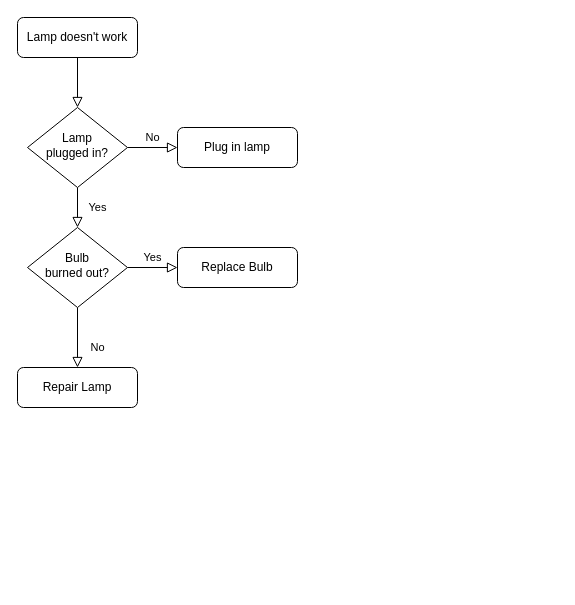
Above: Untitled Diagram.drawio in bioopenner/Bio-Umbrella (draw.io), before the change. Source tidied: cells renumbered, new cells numbered last; positions are measured from the earlier drawing's top-left corner, leaving out a move shared by most shapes. Both pictures are drawn from the tidied source at 100%, with x=0, y=0 at pixel (17, 17).
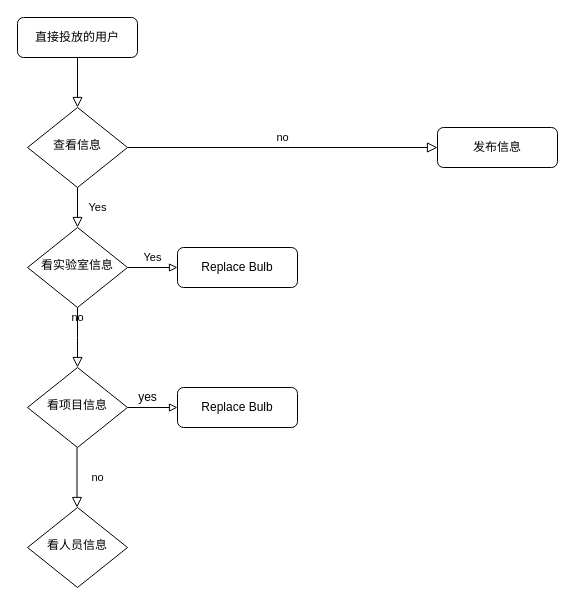
Above is the later version.

Change to the diagram source:
```diff
@@
 <mxGraphModel>
   <root>
     <mxCell id="0" />
     <mxCell id="1" parent="0" />
     <mxCell id="2" style="rounded=0;html=1;jettySize=auto;fontSize=11;endArrow=block;endFill=0;endSize=8;strokeWidth=1;shadow=0;labelBackgroundColor=none;edgeStyle=orthogonalEdgeStyle;" parent="1" edge="1" source="3" target="6">
       <mxGeometry relative="1" as="geometry" />
     </mxCell>
-    <mxCell id="3" value="Lamp doesn't work" style="rounded=1;whiteSpace=wrap;html=1;fontSize=12;glass=0;strokeWidth=1;shadow=0;" parent="1" vertex="1">
+    <mxCell id="3" value="直接投放的用户" style="rounded=1;whiteSpace=wrap;html=1;fontSize=12;glass=0;strokeWidth=1;shadow=0;" parent="1" vertex="1">
       <mxGeometry width="120" height="40" as="geometry" />
     </mxCell>
     <mxCell id="4" value="Yes" style="rounded=0;html=1;jettySize=auto;fontSize=11;endArrow=block;endFill=0;endSize=8;strokeWidth=1;shadow=0;labelBackgroundColor=none;edgeStyle=orthogonalEdgeStyle;" parent="1" edge="1" source="6" target="10">
       <mxGeometry y="20" relative="1" as="geometry" />
     </mxCell>
-    <mxCell id="5" value="No" style="edgeStyle=orthogonalEdgeStyle;rounded=0;html=1;jettySize=auto;fontSize=11;endArrow=block;endFill=0;endSize=8;strokeWidth=1;shadow=0;labelBackgroundColor=none;" parent="1" edge="1" source="6" target="7">
+    <mxCell id="5" value="no" style="edgeStyle=orthogonalEdgeStyle;rounded=0;html=1;jettySize=auto;fontSize=11;endArrow=block;endFill=0;endSize=8;strokeWidth=1;shadow=0;labelBackgroundColor=none;" parent="1" edge="1" source="6" target="7">
       <mxGeometry y="10" relative="1" as="geometry" />
     </mxCell>
-    <mxCell id="6" value="Lamp&lt;br&gt;plugged in?" style="rhombus;whiteSpace=wrap;html=1;shadow=0;fontFamily=Helvetica;fontSize=12;align=center;strokeWidth=1;spacing=6;spacingTop=-4;" parent="1" vertex="1">
+    <mxCell id="6" value="查看信息" style="rhombus;whiteSpace=wrap;html=1;shadow=0;fontFamily=Helvetica;fontSize=12;align=center;strokeWidth=1;spacing=6;spacingTop=-4;" parent="1" vertex="1">
       <mxGeometry x="10" y="90" width="100" height="80" as="geometry" />
     </mxCell>
-    <mxCell id="7" value="Plug in lamp" style="rounded=1;whiteSpace=wrap;html=1;fontSize=12;glass=0;strokeWidth=1;shadow=0;" parent="1" vertex="1">
-      <mxGeometry x="160" y="110" width="120" height="40" as="geometry" />
+    <mxCell id="7" value="发布信息" style="rounded=1;whiteSpace=wrap;html=1;fontSize=12;glass=0;strokeWidth=1;shadow=0;" parent="1" vertex="1">
+      <mxGeometry x="420" y="110" width="120" height="40" as="geometry" />
     </mxCell>
-    <mxCell id="8" value="No" style="rounded=0;html=1;jettySize=auto;fontSize=11;endArrow=block;endFill=0;endSize=8;strokeWidth=1;shadow=0;labelBackgroundColor=none;edgeStyle=orthogonalEdgeStyle;" parent="1" edge="1" source="10" target="11">
-      <mxGeometry x="0.33" y="20" relative="1" as="geometry" />
+    <mxCell id="8" value="no" style="rounded=0;html=1;jettySize=auto;fontSize=11;endArrow=block;endFill=0;endSize=8;strokeWidth=1;shadow=0;labelBackgroundColor=none;edgeStyle=orthogonalEdgeStyle;" parent="1" edge="1" source="10">
+      <mxGeometry y="20" relative="1" as="geometry">
+        <mxPoint x="60" y="350" as="targetPoint" />
+      </mxGeometry>
     </mxCell>
-    <mxCell id="9" value="Yes" style="edgeStyle=orthogonalEdgeStyle;rounded=0;html=1;jettySize=auto;fontSize=11;endArrow=block;endFill=0;endSize=8;strokeWidth=1;shadow=0;labelBackgroundColor=none;" parent="1" edge="1" source="10" target="12">
+    <mxCell id="9" value="Yes" style="edgeStyle=orthogonalEdgeStyle;rounded=0;html=1;jettySize=auto;fontSize=11;endArrow=block;endFill=0;strokeWidth=1;shadow=0;labelBackgroundColor=none;" parent="1" edge="1" source="10" target="12">
       <mxGeometry y="10" relative="1" as="geometry" />
     </mxCell>
-    <mxCell id="10" value="Bulb&lt;br&gt;burned out?" style="rhombus;whiteSpace=wrap;html=1;shadow=0;fontFamily=Helvetica;fontSize=12;align=center;strokeWidth=1;spacing=6;spacingTop=-4;" parent="1" vertex="1">
+    <mxCell id="10" value="看实验室信息" style="rhombus;whiteSpace=wrap;html=1;shadow=0;fontFamily=Helvetica;fontSize=12;align=center;strokeWidth=1;spacing=6;spacingTop=-4;" parent="1" vertex="1">
       <mxGeometry x="10" y="210" width="100" height="80" as="geometry" />
     </mxCell>
-    <mxCell id="11" value="Repair Lamp" style="rounded=1;whiteSpace=wrap;html=1;fontSize=12;glass=0;strokeWidth=1;shadow=0;" parent="1" vertex="1">
-      <mxGeometry y="350" width="120" height="40" as="geometry" />
-    </mxCell>
     <mxCell id="12" value="Replace Bulb" style="rounded=1;whiteSpace=wrap;html=1;fontSize=12;glass=0;strokeWidth=1;shadow=0;" parent="1" vertex="1">
       <mxGeometry x="160" y="230" width="120" height="40" as="geometry" />
     </mxCell>
+    <mxCell id="13" style="edgeStyle=orthogonalEdgeStyle;rounded=0;jettySize=auto;html=1;endArrow=block;endFill=0;" parent="1" edge="1" source="14" target="17">
+      <mxGeometry relative="1" as="geometry" />
+    </mxCell>
+    <mxCell id="14" value="看项目信息" style="rhombus;whiteSpace=wrap;html=1;shadow=0;fontFamily=Helvetica;fontSize=12;align=center;strokeWidth=1;spacing=6;spacingTop=-4;" parent="1" vertex="1">
+      <mxGeometry x="10" y="350" width="100" height="80" as="geometry" />
+    </mxCell>
+    <mxCell id="15" value="no" style="rounded=0;html=1;jettySize=auto;orthogonalLoop=1;fontSize=11;endArrow=block;endFill=0;endSize=8;strokeWidth=1;shadow=0;labelBackgroundColor=none;edgeStyle=orthogonalEdgeStyle;" parent="1" edge="1">
+      <mxGeometry y="20" relative="1" as="geometry">
+        <mxPoint x="59.5" y="430" as="sourcePoint" />
+        <mxPoint x="59.5" y="490" as="targetPoint" />
+      </mxGeometry>
+    </mxCell>
+    <mxCell id="16" value="看人员信息" style="rhombus;whiteSpace=wrap;html=1;shadow=0;fontFamily=Helvetica;fontSize=12;align=center;strokeWidth=1;spacing=6;spacingTop=-4;" parent="1" vertex="1">
+      <mxGeometry x="10" y="490" width="100" height="80" as="geometry" />
+    </mxCell>
+    <mxCell id="17" value="Replace Bulb" style="rounded=1;whiteSpace=wrap;html=1;fontSize=12;glass=0;strokeWidth=1;shadow=0;" parent="1" vertex="1">
+      <mxGeometry x="160" y="370" width="120" height="40" as="geometry" />
+    </mxCell>
+    <mxCell id="18" value="yes" style="text;html=1;align=center;verticalAlign=middle;" parent="1" vertex="1">
+      <mxGeometry x="115" y="370" width="30" height="20" as="geometry" />
+    </mxCell>
   </root>
 </mxGraphModel>
```
